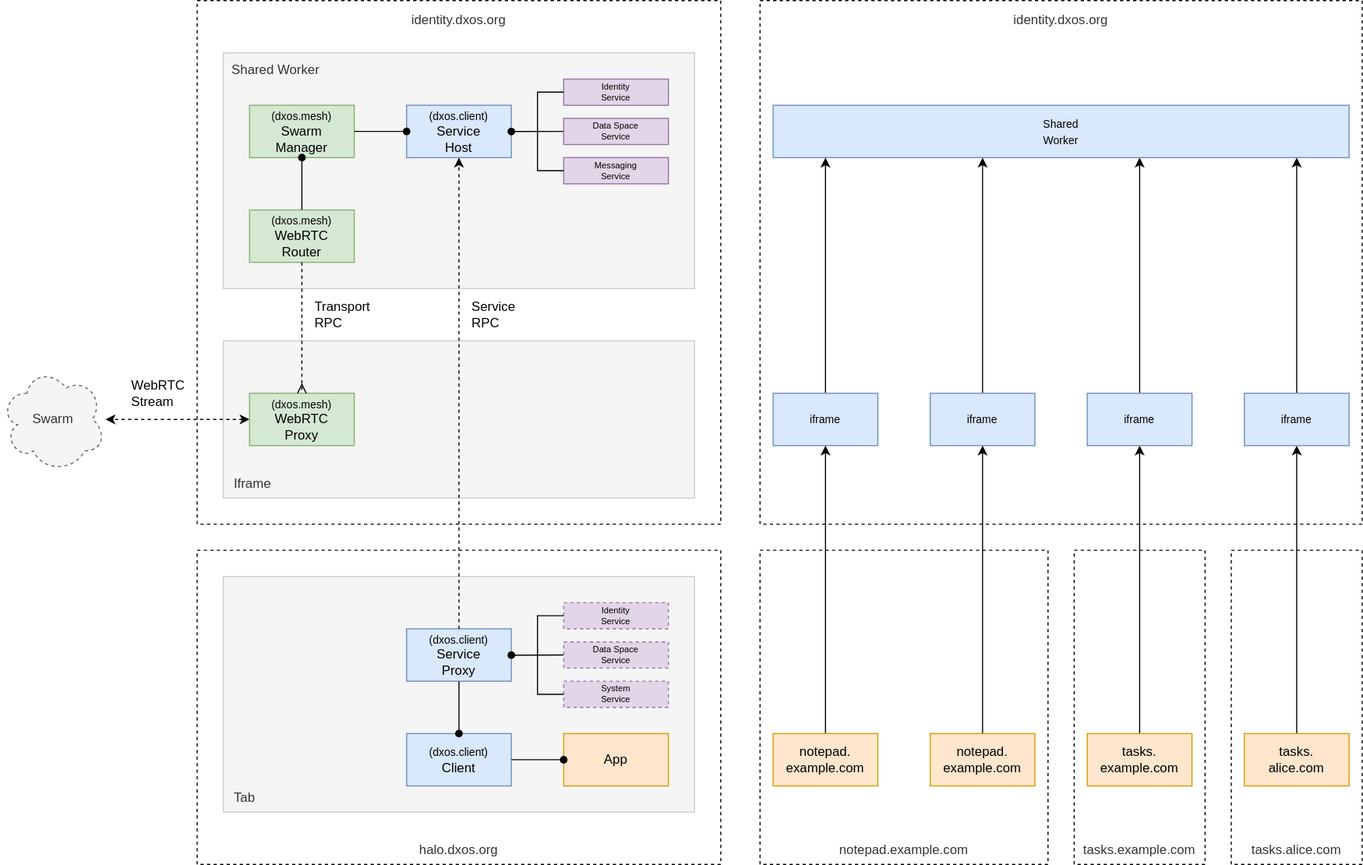
The draw.io diagram docs/docs/design/diagrams/client-webrtc-router.drawio.svg in dxos/dxos, before a commit. Source tidied: cells renumbered, new cells last; positions are measured from the earlier drawing's top-left corner, leaving out a move shared by most shapes.
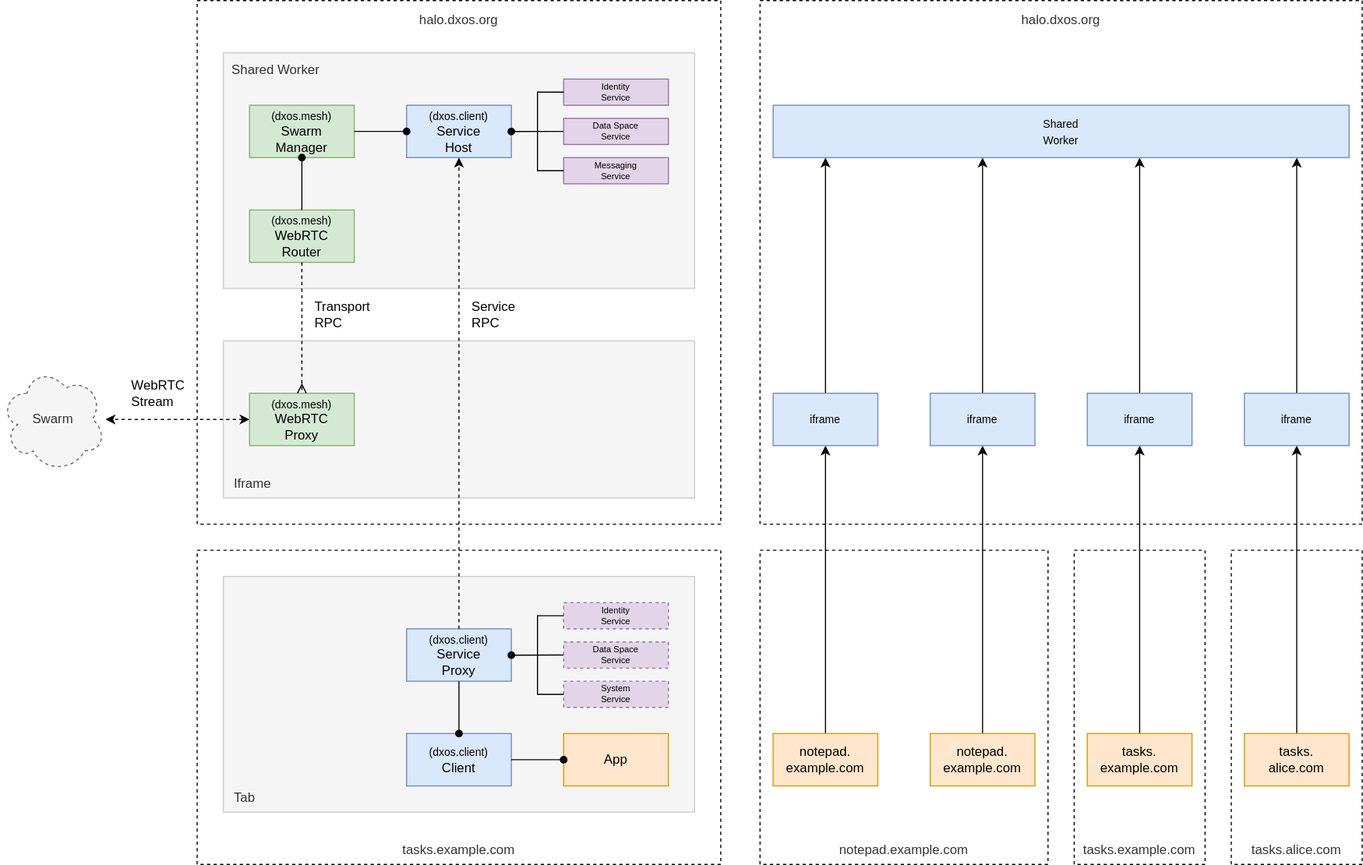
Later version of the same file.

Commit message:
docs: Update client spec

The edit, as a diff of the source:
```diff
@@ -11,13 +11,13 @@
     <mxCell id="4" value="tasks.example.com" style="rounded=0;whiteSpace=wrap;html=1;fillColor=none;fontColor=#333333;strokeColor=default;verticalAlign=bottom;spacingBottom=4;spacingTop=4;align=center;spacingRight=8;spacingLeft=8;dashed=1;" parent="1" vertex="1">
       <mxGeometry x="984" y="504" width="120" height="288" as="geometry" />
     </mxCell>
-    <mxCell id="5" value="identity.dxos.org" style="rounded=0;whiteSpace=wrap;html=1;fillColor=none;fontColor=#333333;strokeColor=default;verticalAlign=top;spacingBottom=4;spacingTop=4;align=center;spacingRight=8;spacingLeft=8;dashed=1;" parent="1" vertex="1">
+    <mxCell id="5" value="halo.dxos.org" style="rounded=0;whiteSpace=wrap;html=1;fillColor=none;fontColor=#333333;strokeColor=default;verticalAlign=top;spacingBottom=4;spacingTop=4;align=center;spacingRight=8;spacingLeft=8;dashed=1;" parent="1" vertex="1">
       <mxGeometry x="696" width="552" height="480" as="geometry" />
     </mxCell>
-    <mxCell id="6" value="halo.dxos.org" style="rounded=0;whiteSpace=wrap;html=1;fillColor=none;fontColor=#333333;strokeColor=default;verticalAlign=bottom;spacingBottom=4;spacingTop=4;align=center;spacingRight=8;spacingLeft=8;dashed=1;" parent="1" vertex="1">
+    <mxCell id="6" value="tasks.example.com" style="rounded=0;whiteSpace=wrap;html=1;fillColor=none;fontColor=#333333;strokeColor=default;verticalAlign=bottom;spacingBottom=4;spacingTop=4;align=center;spacingRight=8;spacingLeft=8;dashed=1;" parent="1" vertex="1">
       <mxGeometry x="180" y="504" width="480" height="288" as="geometry" />
     </mxCell>
-    <mxCell id="7" value="identity.dxos.org" style="rounded=0;whiteSpace=wrap;html=1;fillColor=none;fontColor=#333333;strokeColor=default;verticalAlign=top;spacingBottom=4;spacingTop=4;align=center;spacingRight=8;spacingLeft=8;dashed=1;" parent="1" vertex="1">
+    <mxCell id="7" value="halo.dxos.org" style="rounded=0;whiteSpace=wrap;html=1;fillColor=none;fontColor=#333333;strokeColor=default;verticalAlign=top;spacingBottom=4;spacingTop=4;align=center;spacingRight=8;spacingLeft=8;dashed=1;" parent="1" vertex="1">
       <mxGeometry x="180" width="480" height="480" as="geometry" />
     </mxCell>
     <mxCell id="8" value="Shared Worker" style="rounded=0;whiteSpace=wrap;html=1;fillColor=#f5f5f5;fontColor=#333333;strokeColor=#CCCCCC;verticalAlign=top;spacingBottom=4;spacingTop=4;align=left;spacing=0;spacingRight=8;spacingLeft=8;" parent="1" vertex="1">
```
